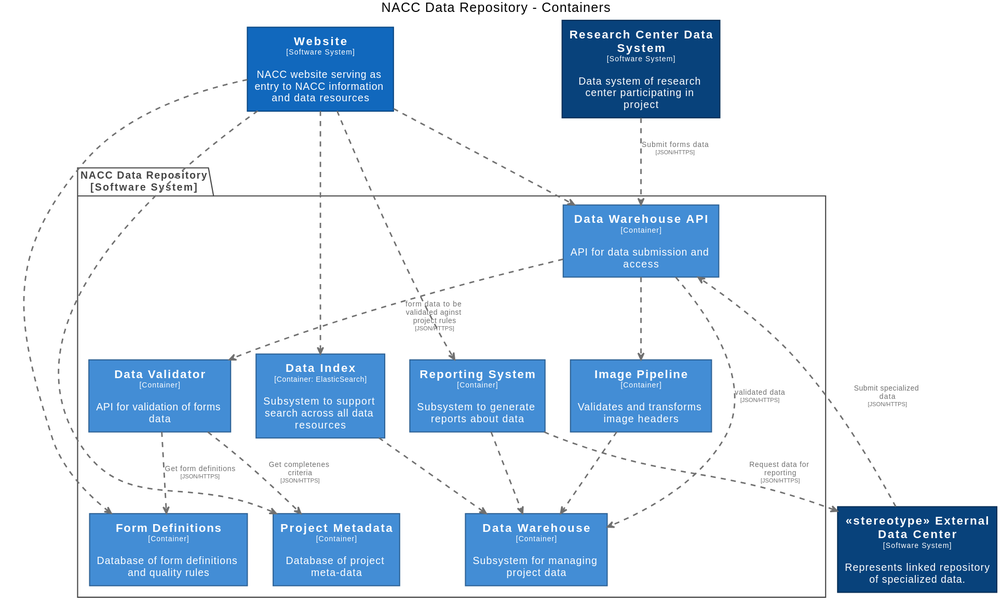
Above: docs/images/structurizr-RepositoryContainers.svg in naccdata/system-design (PlantUML), before the change.
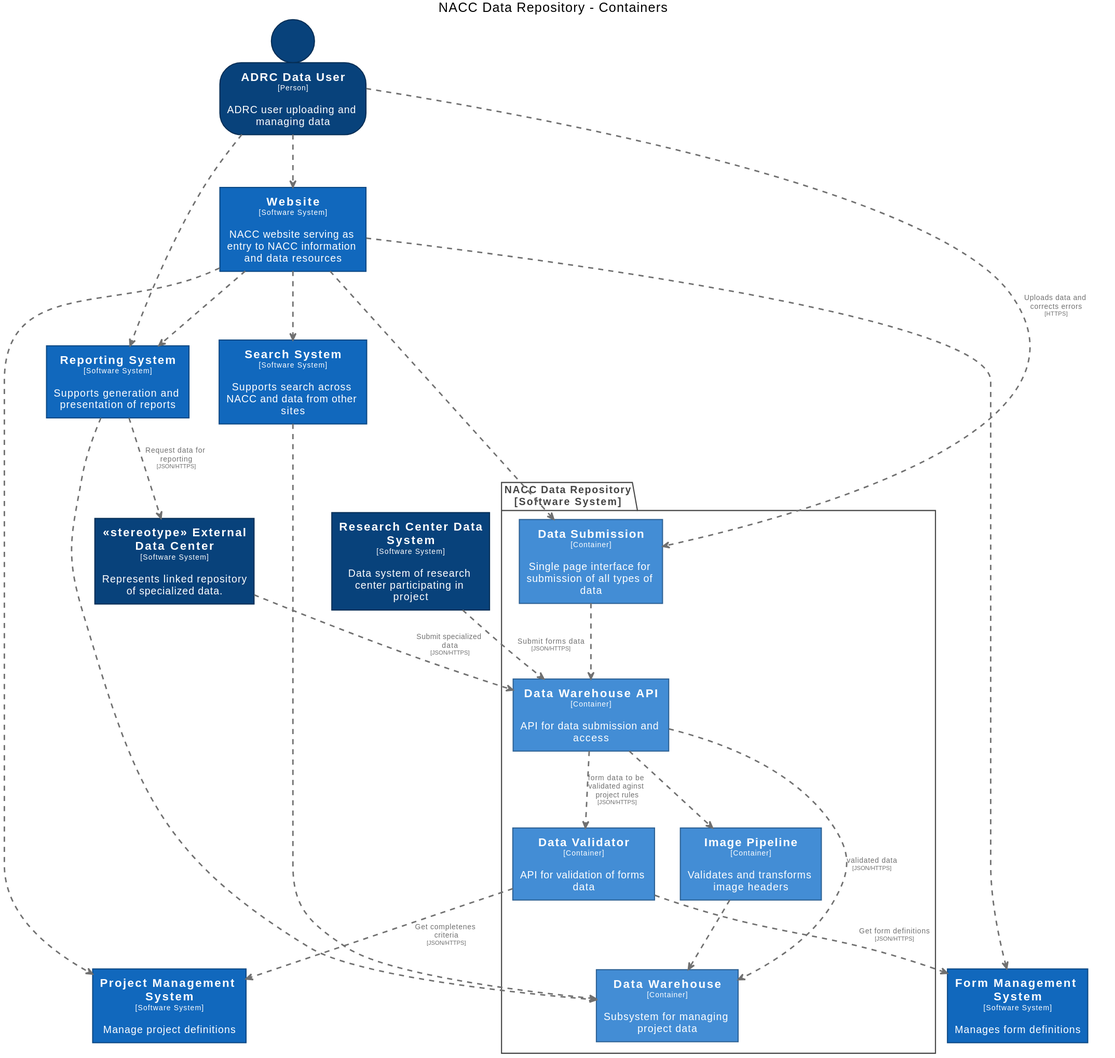
After the change.

What changed in the source:
```diff
@@ -18,7 +18,12 @@
   FontColor #ffffff
   BorderColor #052e56
 }
-skinparam rectangle<<NACCDataRepository.DataIndex>> {
+skinparam person<<ADRCDataUser>> {
+  BackgroundColor #08427b
+  FontColor #ffffff
+  BorderColor #052e56
+}
+skinparam rectangle<<NACCDataRepository.DataSubmission>> {
   BackgroundColor #438dd5
   FontColor #ffffff
   BorderColor #2e6295
@@ -38,30 +43,35 @@
   FontColor #ffffff
   BorderColor #2e6295
 }
-skinparam rectangle<<NACCDataRepository.FormDefinitions>> {
-  BackgroundColor #438dd5
+skinparam rectangle<<FormManagementSystem>> {
+  BackgroundColor #1168bd
   FontColor #ffffff
-  BorderColor #2e6295
+  BorderColor #0b4884
 }
 skinparam rectangle<<NACCDataRepository.ImagePipeline>> {
   BackgroundColor #438dd5
   FontColor #ffffff
   BorderColor #2e6295
 }
-skinparam rectangle<<NACCDataRepository.ProjectMetadata>> {
-  BackgroundColor #438dd5
+skinparam rectangle<<ProjectManagementSystem>> {
+  BackgroundColor #1168bd
   FontColor #ffffff
-  BorderColor #2e6295
+  BorderColor #0b4884
 }
-skinparam rectangle<<NACCDataRepository.ReportingSystem>> {
-  BackgroundColor #438dd5
+skinparam rectangle<<ReportingSystem>> {
+  BackgroundColor #1168bd
   FontColor #ffffff
-  BorderColor #2e6295
+  BorderColor #0b4884
 }
 skinparam rectangle<<ResearchCenterDataSystem>> {
   BackgroundColor #08427b
   FontColor #ffffff
   BorderColor #052e56
+}
+skinparam rectangle<<SearchSystem>> {
+  BackgroundColor #1168bd
+  FontColor #ffffff
+  BorderColor #0b4884
 }
 skinparam rectangle<<Website>> {
   BackgroundColor #1168bd
@@ -69,38 +79,44 @@
   BorderColor #0b4884
 }
 
+rectangle "==Research Center Data System\n<size:10>[Software System]</size>\n\nData system of research center participating in project" <<ResearchCenterDataSystem>> as ResearchCenterDataSystem
 rectangle "==<<stereotype>> External Data Center\n<size:10>[Software System]</size>\n\nRepresents linked repository of specialized data." <<stereotypeExternalDataCenter>> as stereotypeExternalDataCenter
-rectangle "==Research Center Data System\n<size:10>[Software System]</size>\n\nData system of research center participating in project" <<ResearchCenterDataSystem>> as ResearchCenterDataSystem
+person "==ADRC Data User\n<size:10>[Person]</size>\n\nADRC user uploading and managing data" <<ADRCDataUser>> as ADRCDataUser
+rectangle "==Form Management System\n<size:10>[Software System]</size>\n\nManages form definitions" <<FormManagementSystem>> as FormManagementSystem
+rectangle "==Reporting System\n<size:10>[Software System]</size>\n\nSupports generation and presentation of reports" <<ReportingSystem>> as ReportingSystem
 rectangle "==Website\n<size:10>[Software System]</size>\n\nNACC website serving as entry to NACC information and data resources" <<Website>> as Website
+rectangle "==Search System\n<size:10>[Software System]</size>\n\nSupports search across NACC and data from other sites" <<SearchSystem>> as SearchSystem
+rectangle "==Project Management System\n<size:10>[Software System]</size>\n\nManage project definitions" <<ProjectManagementSystem>> as ProjectManagementSystem
 
 package "NACC Data Repository\n[Software System]" <<NACCDataRepository>> {
   skinparam PackageBorderColor<<NACCDataRepository>> #444444
   skinparam PackageFontColor<<NACCDataRepository>> #444444
 
+  rectangle "==Data Warehouse\n<size:10>[Container]</size>\n\nSubsystem for managing project data" <<NACCDataRepository.DataWarehouse>> as NACCDataRepository.DataWarehouse
+  rectangle "==Data Validator\n<size:10>[Container]</size>\n\nAPI for validation of forms data" <<NACCDataRepository.DataValidator>> as NACCDataRepository.DataValidator
   rectangle "==Image Pipeline\n<size:10>[Container]</size>\n\nValidates and transforms image headers" <<NACCDataRepository.ImagePipeline>> as NACCDataRepository.ImagePipeline
   rectangle "==Data Warehouse API\n<size:10>[Container]</size>\n\nAPI for data submission and access" <<NACCDataRepository.DataWarehouseAPI>> as NACCDataRepository.DataWarehouseAPI
-  rectangle "==Data Warehouse\n<size:10>[Container]</size>\n\nSubsystem for managing project data" <<NACCDataRepository.DataWarehouse>> as NACCDataRepository.DataWarehouse
-  rectangle "==Data Index\n<size:10>[Container: ElasticSearch]</size>\n\nSubsystem to support search across all data resources" <<NACCDataRepository.DataIndex>> as NACCDataRepository.DataIndex
-  rectangle "==Reporting System\n<size:10>[Container]</size>\n\nSubsystem to generate reports about data" <<NACCDataRepository.ReportingSystem>> as NACCDataRepository.ReportingSystem
-  rectangle "==Form Definitions\n<size:10>[Container]</size>\n\nDatabase of form definitions and quality rules" <<NACCDataRepository.FormDefinitions>> as NACCDataRepository.FormDefinitions
-  rectangle "==Project Metadata\n<size:10>[Container]</size>\n\nDatabase of project meta-data" <<NACCDataRepository.ProjectMetadata>> as NACCDataRepository.ProjectMetadata
-  rectangle "==Data Validator\n<size:10>[Container]</size>\n\nAPI for validation of forms data" <<NACCDataRepository.DataValidator>> as NACCDataRepository.DataValidator
+  rectangle "==Data Submission\n<size:10>[Container]</size>\n\nSingle page interface for submission of all types of data" <<NACCDataRepository.DataSubmission>> as NACCDataRepository.DataSubmission
 }
 
-NACCDataRepository.DataValidator .[#707070,thickness=2].> NACCDataRepository.ProjectMetadata : "<color:#707070>Get completenes criteria\n<color:#707070><size:8>[JSON/HTTPS]</size>"
+Website .[#707070,thickness=2].> ReportingSystem : "<color:#707070>"
+Website .[#707070,thickness=2].> SearchSystem : "<color:#707070>"
+Website .[#707070,thickness=2].> NACCDataRepository.DataSubmission : "<color:#707070>"
+Website .[#707070,thickness=2].> ProjectManagementSystem : "<color:#707070>"
+Website .[#707070,thickness=2].> FormManagementSystem : "<color:#707070>"
+ADRCDataUser .[#707070,thickness=2].> NACCDataRepository.DataSubmission : "<color:#707070>Uploads data and corrects errors\n<color:#707070><size:8>[HTTPS]</size>"
+ADRCDataUser .[#707070,thickness=2].> Website : "<color:#707070>"
+ADRCDataUser .[#707070,thickness=2].> ReportingSystem : "<color:#707070>"
 stereotypeExternalDataCenter .[#707070,thickness=2].> NACCDataRepository.DataWarehouseAPI : "<color:#707070>Submit specialized data\n<color:#707070><size:8>[JSON/HTTPS]</size>"
-NACCDataRepository.ReportingSystem .[#707070,thickness=2].> stereotypeExternalDataCenter : "<color:#707070>Request data for reporting\n<color:#707070><size:8>[JSON/HTTPS]</size>"
+ReportingSystem .[#707070,thickness=2].> stereotypeExternalDataCenter : "<color:#707070>Request data for reporting\n<color:#707070><size:8>[JSON/HTTPS]</size>"
 ResearchCenterDataSystem .[#707070,thickness=2].> NACCDataRepository.DataWarehouseAPI : "<color:#707070>Submit forms data\n<color:#707070><size:8>[JSON/HTTPS]</size>"
+NACCDataRepository.DataValidator .[#707070,thickness=2].> FormManagementSystem : "<color:#707070>Get form definitions\n<color:#707070><size:8>[JSON/HTTPS]</size>"
+NACCDataRepository.DataValidator .[#707070,thickness=2].> ProjectManagementSystem : "<color:#707070>Get completenes criteria\n<color:#707070><size:8>[JSON/HTTPS]</size>"
 NACCDataRepository.ImagePipeline .[#707070,thickness=2].> NACCDataRepository.DataWarehouse : "<color:#707070>"
 NACCDataRepository.DataWarehouseAPI .[#707070,thickness=2].> NACCDataRepository.DataValidator : "<color:#707070>form data to be validated aginst project rules\n<color:#707070><size:8>[JSON/HTTPS]</size>"
 NACCDataRepository.DataWarehouseAPI .[#707070,thickness=2].> NACCDataRepository.DataWarehouse : "<color:#707070>validated data\n<color:#707070><size:8>[JSON/HTTPS]</size>"
 NACCDataRepository.DataWarehouseAPI .[#707070,thickness=2].> NACCDataRepository.ImagePipeline : "<color:#707070>"
-NACCDataRepository.DataIndex .[#707070,thickness=2].> NACCDataRepository.DataWarehouse : "<color:#707070>"
-NACCDataRepository.ReportingSystem .[#707070,thickness=2].> NACCDataRepository.DataWarehouse : "<color:#707070>"
-Website .[#707070,thickness=2].> NACCDataRepository.DataWarehouseAPI : "<color:#707070>"
-Website .[#707070,thickness=2].> NACCDataRepository.DataIndex : "<color:#707070>"
-Website .[#707070,thickness=2].> NACCDataRepository.ReportingSystem : "<color:#707070>"
-Website .[#707070,thickness=2].> NACCDataRepository.ProjectMetadata : "<color:#707070>"
-Website .[#707070,thickness=2].> NACCDataRepository.FormDefinitions : "<color:#707070>"
-NACCDataRepository.DataValidator .[#707070,thickness=2].> NACCDataRepository.FormDefinitions : "<color:#707070>Get form definitions\n<color:#707070><size:8>[JSON/HTTPS]</size>"
+NACCDataRepository.DataSubmission .[#707070,thickness=2].> NACCDataRepository.DataWarehouseAPI : "<color:#707070>"
+SearchSystem .[#707070,thickness=2].> NACCDataRepository.DataWarehouse : "<color:#707070>"
+ReportingSystem .[#707070,thickness=2].> NACCDataRepository.DataWarehouse : "<color:#707070>"
 @enduml
```
